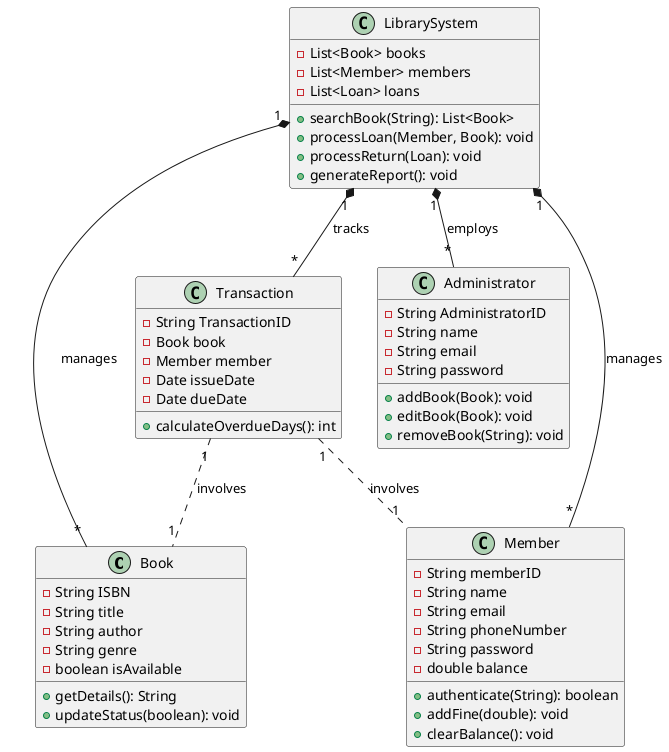
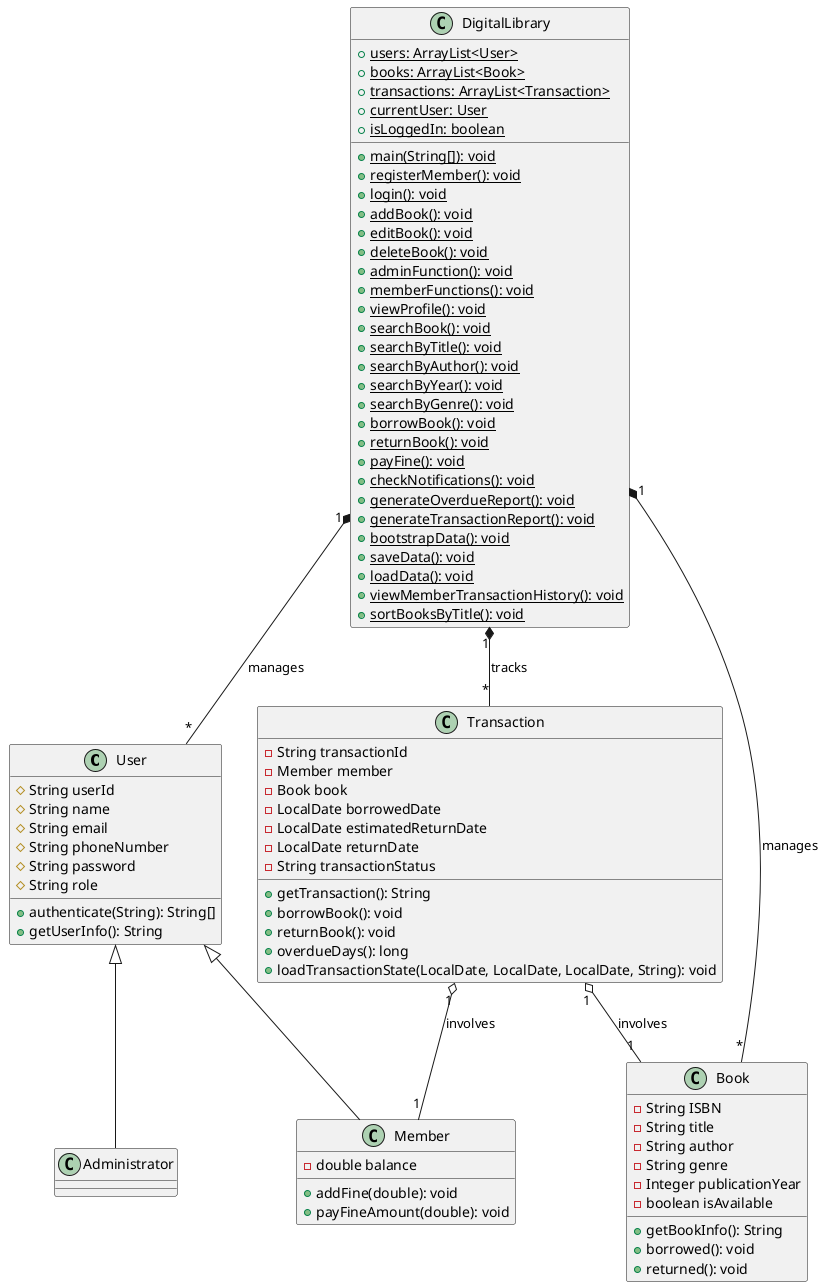
@startuml classDiagram
+ 
+ class User {
+     #String userId
+     #String name
+     #String email
+     #String phoneNumber
+     #String password
+     #String role
+     +authenticate(String): String[]
+     +getUserInfo(): String
+ }
+ 
+ class Member {
+     -double balance
+     +addFine(double): void
+     +payFineAmount(double): void
+ }
+ 
+ class Administrator {
+ }
+ 
+ User <|-- Member
+ User <|-- Administrator

class Book {
    -String ISBN
    -String title
    -String author
    -String genre
+     -Integer publicationYear
    -boolean isAvailable
-     +getDetails(): String
-     +updateStatus(boolean): void
- }
- 
- class Member {
-     -String memberID
-     -String name
-     -String email
-     -String phoneNumber
-     -String password
-     -double balance
-     +authenticate(String): boolean
-     +addFine(double): void
-     +clearBalance(): void
- }
- 
- class Administrator{
-     -String AdministratorID
-     -String name
-     -String email
-     -String password
-     +addBook(Book): void
-     +editBook(Book): void
-     +removeBook(String): void
+     +getBookInfo(): String
+     +borrowed(): void
+     +returned(): void
}

class Transaction {
-     -String TransactionID
+     -String transactionId
+     -Member member
    -Book book
-     -Member member
-     -Date issueDate
-     -Date dueDate
-     +calculateOverdueDays(): int
+     -LocalDate borrowedDate
+     -LocalDate estimatedReturnDate
+     -LocalDate returnDate
+     -String transactionStatus
+     +getTransaction(): String
+     +borrowBook(): void
+     +returnBook(): void
+     +overdueDays(): long
+     +loadTransactionState(LocalDate, LocalDate, LocalDate, String): void
}

- class LibrarySystem {
-     -List<Book> books
-     -List<Member> members
-     -List<Loan> loans
-     +searchBook(String): List<Book>
-     +processLoan(Member, Book): void
-     +processReturn(Loan): void
-     +generateReport(): void
+ class DigitalLibrary {
+     +{static}users: ArrayList<User>
+     +{static}books: ArrayList<Book>
+     +{static}transactions: ArrayList<Transaction>
+     +{static}currentUser: User
+     +{static}isLoggedIn: boolean
+     +{static}main(String[]): void
+     +{static}registerMember(): void
+     +{static}login(): void
+     +{static}addBook(): void
+     +{static}editBook(): void
+     +{static}deleteBook(): void
+     +{static}adminFunction(): void
+     +{static}memberFunctions(): void
+     +{static}viewProfile(): void
+     +{static}searchBook(): void
+     +{static}searchByTitle(): void
+     +{static}searchByAuthor(): void
+     +{static}searchByYear(): void
+     +{static}searchByGenre(): void
+     +{static}borrowBook(): void
+     +{static}returnBook(): void
+     +{static}payFine(): void
+     +{static}checkNotifications(): void
+     +{static}generateOverdueReport(): void
+     +{static}generateTransactionReport(): void
+     +{static}bootstrapData(): void
+     +{static}saveData(): void
+     +{static}loadData(): void
+     +{static}viewMemberTransactionHistory(): void
+     +{static}sortBooksByTitle(): void
}

- LibrarySystem "1" *-- "*" Book : manages
- LibrarySystem "1" *-- "*" Member : manages
- LibrarySystem "1" *-- "*" Transaction : tracks
- LibrarySystem "1" *-- "*" Administrator : employs
+ DigitalLibrary "1" *-- "*" Book : manages
+ DigitalLibrary "1" *-- "*" User : manages
+ DigitalLibrary "1" *-- "*" Transaction : tracks

- Transaction "1" .. "1" Book : involves
- Transaction "1" .. "1" Member : involves
+ Transaction "1" o-- "1" Book : involves
+ Transaction "1" o-- "1" Member : involves
+ 
@enduml